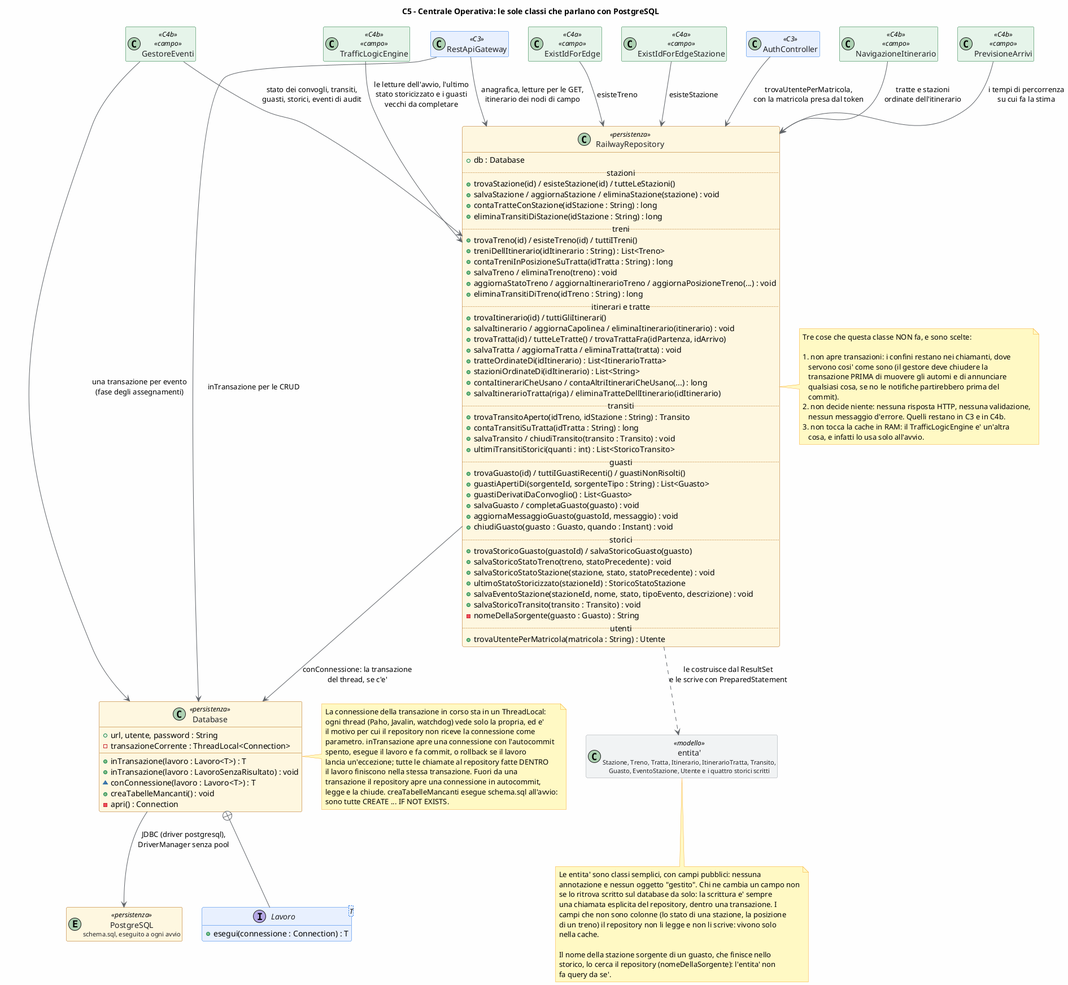
This is doc/documentazioneFinale/immaginiDocumentazioneDelSistemaMonitoraggioEGestioneDelTrafficoFerroviario/classi_05_persistenza.png from mar-robba/PISSIR, a PlantUML export, as it was before one commit. Source of this version:
```plantuml
@startuml C5 - Classi della persistenza della Centrale

skinparam backgroundColor #FEFEFE
skinparam class {
    BackgroundColor #E8F0FE
    BorderColor #1A73E8
    FontColor #202124
    ArrowColor #5F6368
}
skinparam class<<persistenza>> {
    BackgroundColor #FEF7E0
    BorderColor #B06000
}
skinparam class<<campo>> {
    BackgroundColor #E6F4EA
    BorderColor #137333
}
skinparam class<<modello>> {
    BackgroundColor #F1F3F4
    BorderColor #9AA0A6
}
skinparam note {
    BackgroundColor #FFF9C4
    BorderColor #F9A825
}
hide empty members

title C5 - Centrale Operativa: le sole classi che parlano con PostgreSQL

class RestApiGateway <<C3>>
class AuthController <<C3>>
class GestoreEventi <<C4b>> <<campo>>
class NavigazioneItinerario <<C4b>> <<campo>>
class PrevisioneArrivi <<C4b>> <<campo>>
class TrafficLogicEngine <<C4b>> <<campo>>
class ExistIdForEdge <<C4a>> <<campo>>
class ExistIdForEdgeStazione <<C4a>> <<campo>>

class Database <<persistenza>> {
  + url, utente, password : String
  - transazioneCorrente : ThreadLocal<Connection>
  + inTransazione(lavoro : Lavoro<T>) : T
  + inTransazione(lavoro : LavoroSenzaRisultato) : void
  ~ conConnessione(lavoro : Lavoro<T>) : T
  + creaTabelleMancanti() : void
  - apri() : Connection
}

interface Lavoro<T> {
  + esegui(connessione : Connection) : T
}

class RailwayRepository <<persistenza>> {
  + db : Database
  .. stazioni ..
  + trovaStazione(id) / esisteStazione(id) / tutteLeStazioni()
  + salvaStazione / aggiornaStazione / eliminaStazione(stazione) : void
  + contaTratteConStazione(idStazione : String) : long
  + eliminaTransitiDiStazione(idStazione : String) : long
  .. treni ..
  + trovaTreno(id) / esisteTreno(id) / tuttiITreni()
  + treniDellItinerario(idItinerario : String) : List<Treno>
  + contaTreniInPosizioneSuTratta(idTratta : String) : long
  + salvaTreno / eliminaTreno(treno) : void
  + aggiornaStatoTreno / aggiornaItinerarioTreno / aggiornaPosizioneTreno(...) : void
  + eliminaTransitiDiTreno(idTreno : String) : long
  .. itinerari e tratte ..
  + trovaItinerario(id) / tuttiGliItinerari()
  + salvaItinerario / aggiornaCapolinea / eliminaItinerario(itinerario) : void
  + trovaTratta(id) / tutteLeTratte() / trovaTrattaFra(idPartenza, idArrivo)
  + salvaTratta / aggiornaTratta / eliminaTratta(tratta) : void
  + tratteOrdinateDi(idItinerario) : List<ItinerarioTratta>
  + stazioniOrdinateDi(idItinerario) : List<String>
  + contaItinerariCheUsano / contaAltriItinerariCheUsano(...) : long
  + salvaItinerarioTratta(riga) / eliminaTratteDellItinerario(idItinerario)
  .. transiti ..
  + trovaTransitoAperto(idTreno, idStazione : String) : Transito
  + contaTransitiSuTratta(idTratta : String) : long
  + salvaTransito / chiudiTransito(transito : Transito) : void
  + ultimiTransitiStorici(quanti : int) : List<StoricoTransito>
  .. guasti ..
  + trovaGuasto(id) / tuttiIGuastiRecenti() / guastiNonRisolti()
  + guastiApertiDi(sorgenteId, sorgenteTipo : String) : List<Guasto>
  + guastiDerivatiDaConvoglio() : List<Guasto>
  + salvaGuasto / completaGuasto(guasto) : void
  + aggiornaMessaggioGuasto(guastoId, messaggio) : void
  + chiudiGuasto(guasto : Guasto, quando : Instant) : void
  .. storici ..
  + trovaStoricoGuasto(guastoId) / salvaStoricoGuasto(guasto)
  + salvaStoricoStatoTreno(treno, statoPrecedente) : void
  + salvaStoricoStatoStazione(stazione, stato, statoPrecedente) : void
  + ultimoStatoStoricizzato(stazioneId) : StoricoStatoStazione
  + salvaEventoStazione(stazioneId, nome, stato, tipoEvento, descrizione) : void
  + salvaStoricoTransito(transito : Transito) : void
  - nomeDellaSorgente(guasto : Guasto) : String
  .. utenti ..
  + trovaUtentePerMatricola(matricola : String) : Utente
}

class "entita'\n<size:11>Stazione, Treno, Tratta, Itinerario, ItinerarioTratta, Transito,</size>\n<size:11>Guasto, EventoStazione, Utente e i quattro storici scritti</size>" as ENTITA <<modello>>
entity "PostgreSQL\n<size:11>schema.sql, eseguito a ogni avvio</size>" as PG <<persistenza>>

Database +-- Lavoro
RailwayRepository --> Database : conConnessione: la transazione\ndel thread, se c'e'
Database --> PG : JDBC (driver postgresql),\nDriverManager senza pool

RestApiGateway --> RailwayRepository : anagrafica, letture per le GET,\nitinerario dei nodi di campo
RestApiGateway --> Database : inTransazione per le CRUD
AuthController --> RailwayRepository : trovaUtentePerMatricola,\ncon la matricola presa dal token
GestoreEventi --> RailwayRepository : stato dei convogli, transiti,\nguasti, storici, eventi di audit
GestoreEventi --> Database : una transazione per evento\n(fase degli assegnamenti)
NavigazioneItinerario --> RailwayRepository : tratte e stazioni\nordinate dell'itinerario
PrevisioneArrivi --> RailwayRepository : i tempi di percorrenza\nsu cui fa la stima
TrafficLogicEngine --> RailwayRepository : le letture dell'avvio, l'ultimo\nstato storicizzato e i guasti\nvecchi da completare
ExistIdForEdge --> RailwayRepository : esisteTreno
ExistIdForEdgeStazione --> RailwayRepository : esisteStazione

RailwayRepository ..> ENTITA : le costruisce dal ResultSet\ne le scrive con PreparedStatement

note right of Database
  La connessione della transazione in corso sta in un ThreadLocal:
  ogni thread (Paho, Javalin, watchdog) vede solo la propria, ed e'
  il motivo per cui il repository non riceve la connessione come
  parametro. inTransazione apre una connessione con l'autocommit
  spento, esegue il lavoro e fa commit, o rollback se il lavoro
  lancia un'eccezione; tutte le chiamate al repository fatte DENTRO
  il lavoro finiscono nella stessa transazione. Fuori da una
  transazione il repository apre una connessione in autocommit,
  legge e la chiude. creaTabelleMancanti esegue schema.sql all'avvio:
  sono tutte CREATE ... IF NOT EXISTS.
end note

note right of RailwayRepository
  Tre cose che questa classe NON fa, e sono scelte:

  1. non apre transazioni: i confini restano nei chiamanti, dove
     servono cosi' come sono (il gestore deve chiudere la
     transazione PRIMA di muovere gli automi e di annunciare
     qualsiasi cosa, se no le notifiche partirebbero prima del
     commit).
  2. non decide niente: nessuna risposta HTTP, nessuna validazione,
     nessun messaggio d'errore. Quelli restano in C3 e in C4b.
  3. non tocca la cache in RAM: il TrafficLogicEngine e' un'altra
     cosa, e infatti lo usa solo all'avvio.
end note

note bottom of ENTITA
  Le entita' sono classi semplici, con campi pubblici: nessuna
  annotazione e nessun oggetto "gestito". Chi ne cambia un campo non
  se lo ritrova scritto sul database da solo: la scrittura e' sempre
  una chiamata esplicita del repository, dentro una transazione. I
  campi che non sono colonne (lo stato di una stazione, la posizione
  di un treno) il repository non li legge e non li scrive: vivono solo
  nella cache.

  Il nome della stazione sorgente di un guasto, che finisce nello
  storico, lo cerca il repository (nomeDellaSorgente): l'entita' non
  fa query da se'.
end note

@enduml
```
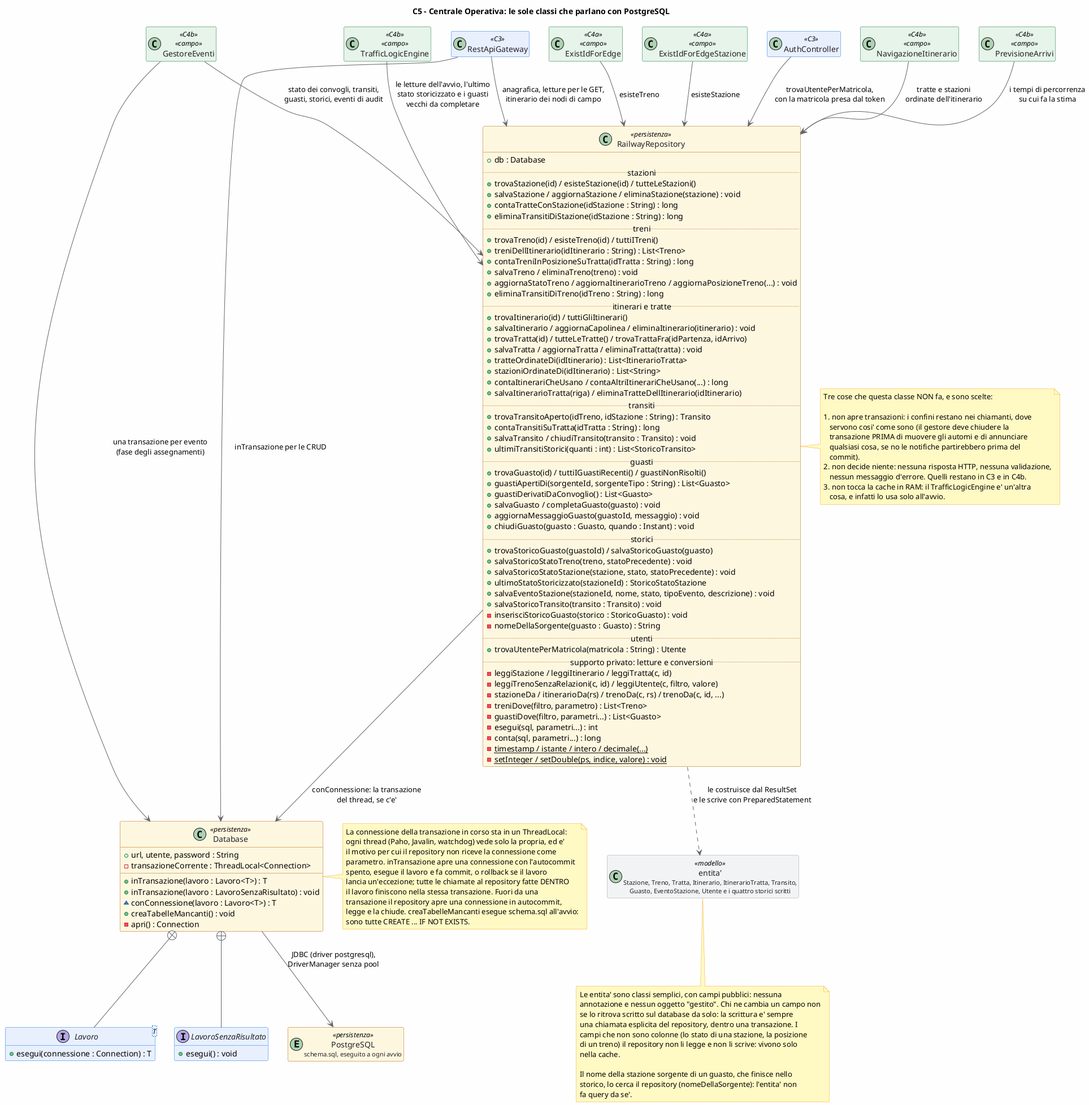
Later version of the same file.

Change to the diagram source:
```diff
@@ -50,6 +50,10 @@
   + esegui(connessione : Connection) : T
 }
 
+interface LavoroSenzaRisultato {
+  + esegui() : void
+}
+
 class RailwayRepository <<persistenza>> {
   + db : Database
   .. stazioni ..
@@ -92,15 +96,27 @@
   + ultimoStatoStoricizzato(stazioneId) : StoricoStatoStazione
   + salvaEventoStazione(stazioneId, nome, stato, tipoEvento, descrizione) : void
   + salvaStoricoTransito(transito : Transito) : void
+  - inserisciStoricoGuasto(storico : StoricoGuasto) : void
   - nomeDellaSorgente(guasto : Guasto) : String
   .. utenti ..
   + trovaUtentePerMatricola(matricola : String) : Utente
+  .. supporto privato: letture e conversioni ..
+  - leggiStazione / leggiItinerario / leggiTratta(c, id)
+  - leggiTrenoSenzaRelazioni(c, id) / leggiUtente(c, filtro, valore)
+  - stazioneDa / itinerarioDa(rs) / trenoDa(c, rs) / trenoDa(c, id, ...)
+  - treniDove(filtro, parametro) : List<Treno>
+  - guastiDove(filtro, parametri...) : List<Guasto>
+  - esegui(sql, parametri...) : int
+  - conta(sql, parametri...) : long
+  - {static} timestamp / istante / intero / decimale(...)
+  - {static} setInteger / setDouble(ps, indice, valore) : void
 }
 
 class "entita'\n<size:11>Stazione, Treno, Tratta, Itinerario, ItinerarioTratta, Transito,</size>\n<size:11>Guasto, EventoStazione, Utente e i quattro storici scritti</size>" as ENTITA <<modello>>
 entity "PostgreSQL\n<size:11>schema.sql, eseguito a ogni avvio</size>" as PG <<persistenza>>
 
 Database +-- Lavoro
+Database +-- LavoroSenzaRisultato
 RailwayRepository --> Database : conConnessione: la transazione\ndel thread, se c'e'
 Database --> PG : JDBC (driver postgresql),\nDriverManager senza pool
 
```
